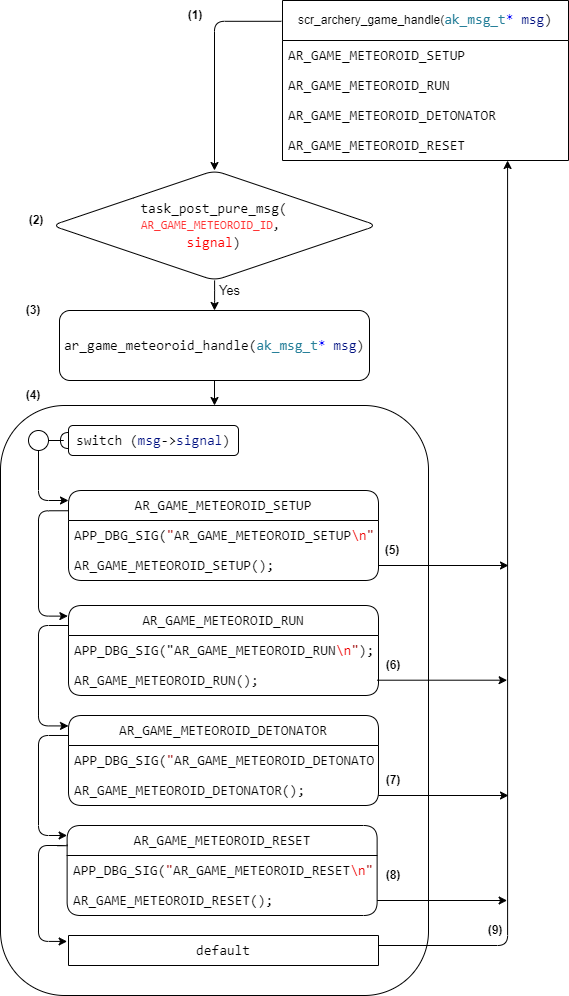
Above: meteoroid_sequence.drawio.png in QuocBuu/drawio (draw.io), before the change. Source tidied: cells renumbered, new cells last; positions are measured from the earlier drawing's top-left corner, leaving out a move shared by most shapes.
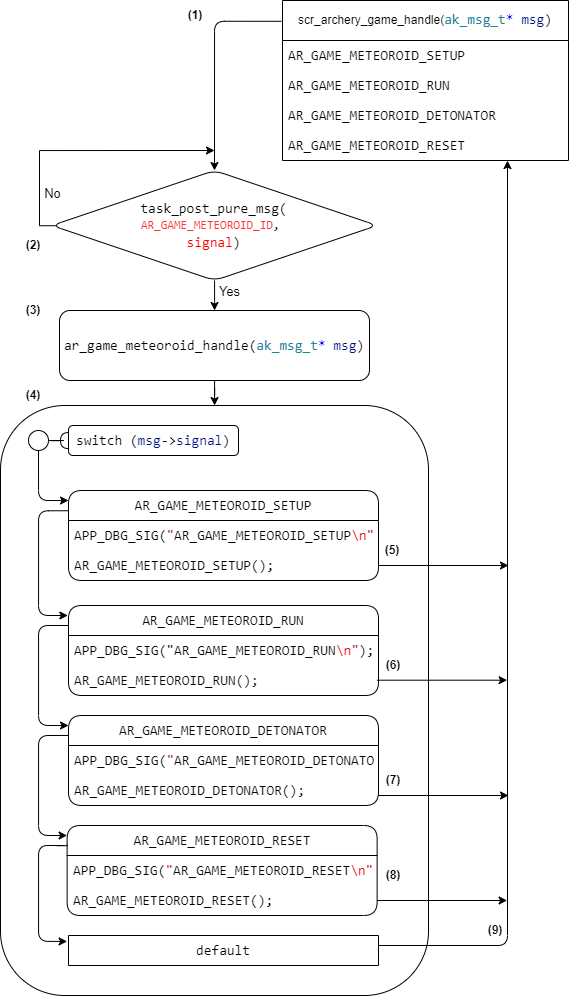
The same diagram one commit later.

Diff of the diagram source:
```diff
@@ -145,6 +145,20 @@
         <mxPoint x="508" y="565" as="targetPoint" />
       </mxGeometry>
     </mxCell>
+    <mxCell id="49" style="edgeStyle=orthogonalEdgeStyle;rounded=0;jettySize=auto;html=1;exitX=0.016;exitY=0.502;exitDx=0;exitDy=0;exitPerimeter=0;" parent="1" edge="1" source="33">
+      <mxGeometry relative="1" as="geometry">
+        <mxPoint x="214" y="150" as="targetPoint" />
+        <Array as="points">
+          <mxPoint x="39" y="225" />
+          <mxPoint x="39" y="150" />
+        </Array>
+      </mxGeometry>
+    </mxCell>
+    <mxCell id="50" value="&lt;font style=&quot;font-size: 13px;&quot;&gt;No&lt;/font&gt;" style="edgeLabel;html=1;align=center;verticalAlign=middle;" parent="49" vertex="1">
+      <mxGeometry x="-0.62" y="-1" relative="1" as="geometry">
+        <mxPoint x="11" as="offset" />
+      </mxGeometry>
+    </mxCell>
     <mxCell id="33" value="&lt;div style=&quot;background-color: rgb(255, 255, 255); font-family: Consolas, &amp;quot;Courier New&amp;quot;, monospace; font-size: 14px; line-height: 19px;&quot;&gt;task_post_pure_msg(&lt;/div&gt;&lt;span style=&quot;background-color: rgb(255, 255, 255);&quot;&gt;&lt;font face=&quot;Consolas, Courier New, monospace&quot;&gt;&lt;font color=&quot;#ff3333&quot;&gt;AR_GAME_METEOROID_ID&lt;/font&gt;,&amp;nbsp;&lt;/font&gt;&lt;/span&gt;&lt;font face=&quot;Consolas, Courier New, monospace&quot; color=&quot;#ff3333&quot;&gt;&lt;br&gt;&lt;/font&gt;&lt;div style=&quot;background-color: rgb(255, 255, 255); font-family: Consolas, &amp;quot;Courier New&amp;quot;, monospace; font-size: 14px; line-height: 19px;&quot;&gt;&lt;font color=&quot;#ff0000&quot;&gt;signal&lt;/font&gt;)&lt;/div&gt;" style="rhombus;whiteSpace=wrap;html=1;rounded=1;" parent="1" vertex="1">
       <mxGeometry x="51.4" y="170" width="325.2" height="110" as="geometry" />
     </mxCell>
@@ -152,7 +166,7 @@
       <mxGeometry x="180" width="30" height="30" as="geometry" />
     </mxCell>
     <mxCell id="35" value="&lt;b&gt;(2)&lt;/b&gt;" style="text;html=1;strokeColor=none;fillColor=none;align=center;verticalAlign=middle;whiteSpace=wrap;rounded=0;" parent="1" vertex="1">
-      <mxGeometry x="21.4" y="205" width="30" height="30" as="geometry" />
+      <mxGeometry x="18" y="230" width="30" height="30" as="geometry" />
     </mxCell>
     <mxCell id="36" value="&lt;b&gt;(5)&lt;/b&gt;" style="text;html=1;strokeColor=none;fillColor=none;align=center;verticalAlign=middle;whiteSpace=wrap;rounded=0;" parent="1" vertex="1">
       <mxGeometry x="376.6" y="535" width="30" height="30" as="geometry" />
```
